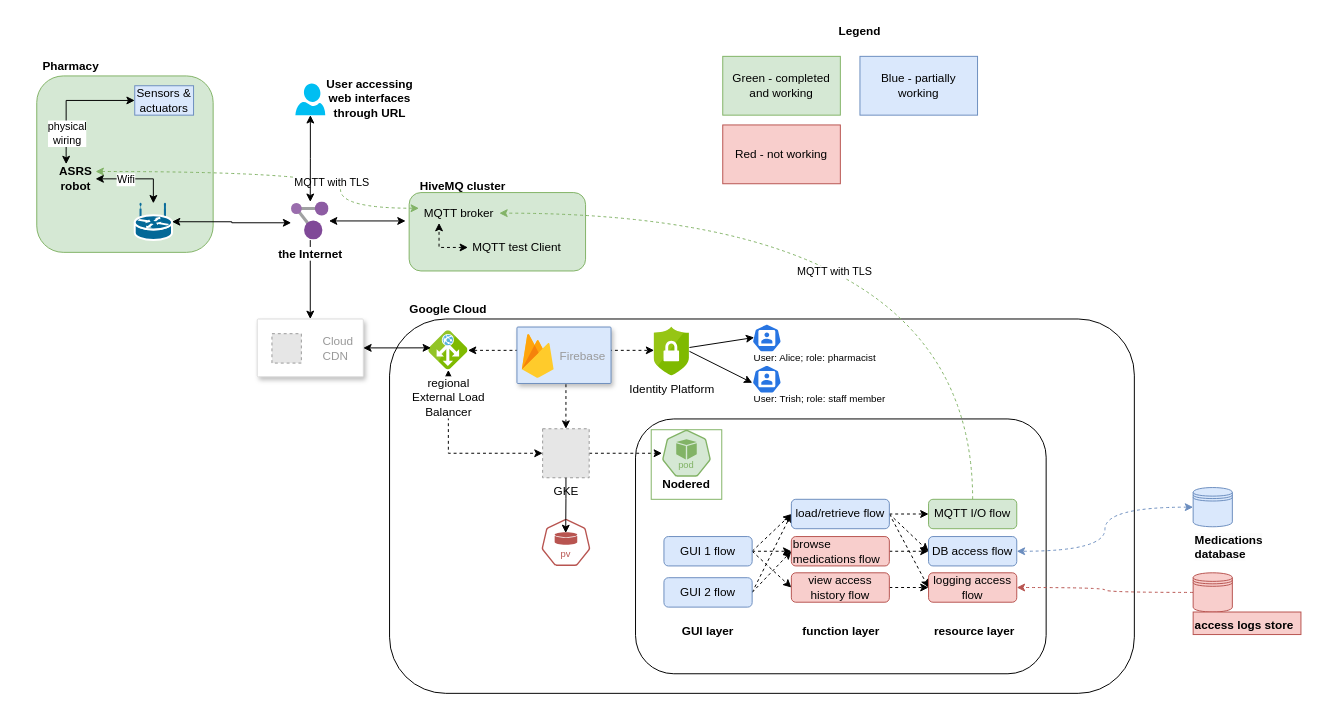
Above: planning/CC-ASRS-architecture.drawio in Artyom-kurguzkin/CC-ASRS (draw.io), before the change. Source tidied: cells renumbered, new cells numbered last; positions are measured from the earlier drawing's top-left corner, leaving out a move shared by most shapes. Both pictures are drawn from the tidied source at 98%, with x=0, y=0 at pixel (17, 17). Pictures stored in the file or linked from it are replaced by grey dashed boxes.
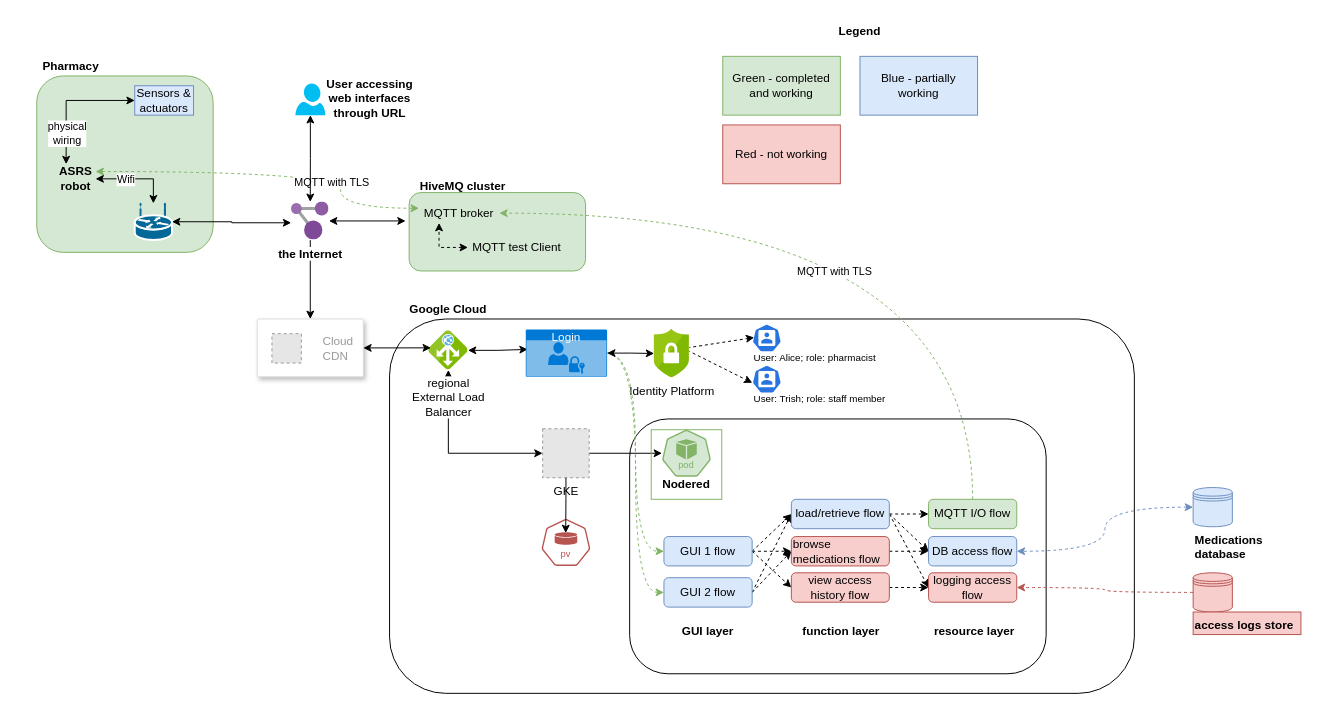
After the change.

Unchanged cells that the change refers to:
```xml
<mxCell id="26" value="regional &lt;br&gt;External Load &lt;br&gt;Balancer" style="image;sketch=0;html=1;points=[];align=center;fontSize=12;image=img/lib/mscae/Application_Gateway.svg;imageBackground=default;" parent="1" vertex="1">
  <mxGeometry x="420" y="320" width="40" height="40" as="geometry" />
</mxCell>
<mxCell id="33" value="GKE" style="fillColor=#E6E6E6;strokeColor=#999999;dashed=1;html=1;verticalLabelPosition=bottom;labelBackgroundColor=#ffffff;verticalAlign=top;" parent="1" vertex="1">
  <mxGeometry x="536.2" y="420" width="47.5" height="50" as="geometry" />
</mxCell>
<mxCell id="36" style="sketch=0;html=1;dashed=0;whitespace=wrap;fillColor=#d5e8d4;strokeColor=#82b366;points=[[0.005,0.63,0],[0.1,0.2,0],[0.9,0.2,0],[0.5,0,0],[0.995,0.63,0],[0.72,0.99,0],[0.5,1,0],[0.28,0.99,0]];shape=mxgraph.kubernetes.icon2;kubernetesLabel=1;prIcon=pod;" parent="35" vertex="1">
  <mxGeometry x="11" width="50" height="48" as="geometry" />
</mxCell>
<mxCell id="44" value="GUI 1 flow" style="rounded=1;whiteSpace=wrap;html=1;fillColor=#dae8fc;strokeColor=#6c8ebf;" parent="1" vertex="1">
  <mxGeometry x="660" y="530" width="90" height="30" as="geometry" />
</mxCell>
<mxCell id="47" value="GUI 2 flow" style="rounded=1;whiteSpace=wrap;html=1;fillColor=#dae8fc;strokeColor=#6c8ebf;" parent="1" vertex="1">
  <mxGeometry x="660" y="572" width="90" height="30" as="geometry" />
</mxCell>
<mxCell id="68" style="sketch=0;html=1;dashed=0;whitespace=wrap;fillColor=#2875E2;strokeColor=#ffffff;points=[[0.005,0.63,0],[0.1,0.2,0],[0.9,0.2,0],[0.5,0,0],[0.995,0.63,0],[0.72,0.99,0],[0.5,1,0],[0.28,0.99,0]];shape=mxgraph.kubernetes.icon2;prIcon=user;" parent="1" vertex="1">
  <mxGeometry x="750" y="313" width="30" height="28.8" as="geometry" />
</mxCell>
<mxCell id="70" style="sketch=0;html=1;dashed=0;whitespace=wrap;fillColor=#2875E2;strokeColor=#ffffff;points=[[0.005,0.63,0],[0.1,0.2,0],[0.9,0.2,0],[0.5,0,0],[0.995,0.63,0],[0.72,0.99,0],[0.5,1,0],[0.28,0.99,0]];shape=mxgraph.kubernetes.icon2;prIcon=user;" parent="1" vertex="1">
  <mxGeometry x="750" y="355" width="30" height="28.8" as="geometry" />
</mxCell>
```

What changed in the source:
```diff
@@
     <mxCell id="4" style="rounded=1;whiteSpace=wrap;html=1;" parent="1" vertex="1">
-      <mxGeometry x="631" y="410" width="419" height="260" as="geometry" />
+      <mxGeometry x="625" y="410" width="425" height="260" as="geometry" />
     </mxCell>
@@
-    <mxCell id="24" style="edgeStyle=orthogonalEdgeStyle;rounded=0;jettySize=auto;html=1;startArrow=classic;startFill=1;dashed=1;" parent="1" edge="1" source="26">
+    <mxCell id="24" style="edgeStyle=orthogonalEdgeStyle;rounded=0;jettySize=auto;html=1;startArrow=classic;startFill=1;" parent="1" edge="1" source="26">
       <mxGeometry relative="1" as="geometry">
-        <mxPoint x="540" y="340" as="targetPoint" />
+        <mxPoint x="521" y="339" as="targetPoint" />
       </mxGeometry>
     </mxCell>
-    <mxCell id="25" style="edgeStyle=orthogonalEdgeStyle;rounded=0;jettySize=auto;html=1;entryX=0;entryY=0.5;entryDx=0;entryDy=0;startArrow=classic;startFill=1;dashed=1;" parent="1" edge="1" source="26" target="33">
+    <mxCell id="25" style="edgeStyle=orthogonalEdgeStyle;rounded=0;jettySize=auto;html=1;entryX=0;entryY=0.5;entryDx=0;entryDy=0;startArrow=classic;startFill=1;" parent="1" edge="1" source="26" target="33">
       <mxGeometry relative="1" as="geometry">
         <Array as="points">
           <mxPoint x="440" y="445" />
         </Array>
       </mxGeometry>
     </mxCell>
@@
-    <mxCell id="30" style="edgeStyle=orthogonalEdgeStyle;rounded=0;orthogonalLoop=1;jettySize=auto;html=1;exitX=1;exitY=0.5;exitDx=0;exitDy=0;exitPerimeter=0;entryX=0;entryY=0.5;entryDx=0;entryDy=0;dashed=1;" parent="1" edge="1">
-      <mxGeometry relative="1" as="geometry">
-        <mxPoint x="580" y="340" as="sourcePoint" />
-        <mxPoint x="650" y="340" as="targetPoint" />
-      </mxGeometry>
-    </mxCell>
@@
-    <mxCell id="32" style="edgeStyle=orthogonalEdgeStyle;rounded=0;jettySize=auto;html=1;exitX=1;exitY=0.5;exitDx=0;exitDy=0;dashed=1;" parent="1" edge="1" source="33" target="36">
+    <mxCell id="32" style="edgeStyle=orthogonalEdgeStyle;rounded=0;jettySize=auto;html=1;exitX=1;exitY=0.5;exitDx=0;exitDy=0;" parent="1" edge="1" source="33" target="36">
       <mxGeometry relative="1" as="geometry" />
     </mxCell>
@@
-    <mxCell id="34" style="edgeStyle=orthogonalEdgeStyle;rounded=0;jettySize=auto;html=1;exitX=0.5;exitY=0;exitDx=0;exitDy=0;entryX=0.5;entryY=1;entryDx=0;entryDy=0;entryPerimeter=0;startArrow=classic;startFill=1;dashed=1;" parent="1" edge="1" source="33">
-      <mxGeometry relative="1" as="geometry">
-        <mxPoint x="560" y="360" as="targetPoint" />
-      </mxGeometry>
-    </mxCell>
@@
-    <mxCell id="72" style="rounded=0;jettySize=auto;html=1;entryX=0.07;entryY=0.482;entryDx=0;entryDy=0;entryPerimeter=0;" parent="1" edge="1" target="68">
+    <mxCell id="72" style="rounded=0;jettySize=auto;html=1;entryX=0.07;entryY=0.482;entryDx=0;entryDy=0;entryPerimeter=0;dashed=1;" parent="1" edge="1" target="68">
       <mxGeometry relative="1" as="geometry">
         <mxPoint x="684" y="337.4" as="sourcePoint" />
       </mxGeometry>
     </mxCell>
-    <mxCell id="73" style="rounded=0;jettySize=auto;html=1;exitX=1;exitY=0.5;exitDx=0;exitDy=0;entryX=0.005;entryY=0.63;entryDx=0;entryDy=0;entryPerimeter=0;" parent="1" edge="1" target="70">
+    <mxCell id="73" style="rounded=0;jettySize=auto;html=1;exitX=1;exitY=0.5;exitDx=0;exitDy=0;entryX=0.005;entryY=0.63;entryDx=0;entryDy=0;entryPerimeter=0;dashed=1;" parent="1" edge="1" target="70">
       <mxGeometry relative="1" as="geometry">
         <mxPoint x="684" y="340" as="sourcePoint" />
       </mxGeometry>
     </mxCell>
@@
-    <mxCell id="83" style="strokeColor=#6c8ebf;shadow=1;strokeWidth=1;rounded=1;absoluteArcSize=1;arcSize=2;fillColor=#dae8fc;" parent="1" vertex="1">
-      <mxGeometry x="510" y="316.2" width="96" height="57.6" as="geometry" />
-    </mxCell>
-    <mxCell id="84" value="Firebase" style="sketch=0;dashed=0;html=1;fillColor=#5184F3;strokeColor=none;shape=mxgraph.gcp2.firebase;labelPosition=right;verticalLabelPosition=middle;align=left;verticalAlign=middle;spacingLeft=5;fontColor=#999999;fontSize=12;" parent="83" vertex="1">
-      <mxGeometry width="32.4" height="45" relative="1" as="geometry">
-        <mxPoint x="5" y="7" as="offset" />
-      </mxGeometry>
-    </mxCell>
     <mxCell id="85" value="Identity Platform" style="image;sketch=0;html=1;points=[];align=center;fontSize=12;image=img/lib/mscae/Security_Center.svg;imageBackground=default;" parent="1" vertex="1">
-      <mxGeometry x="650" y="316.2" width="36" height="50" as="geometry" />
+      <mxGeometry x="650" y="318.2" width="36" height="50" as="geometry" />
     </mxCell>
+    <mxCell id="86" style="edgeStyle=orthogonalEdgeStyle;rounded=0;jettySize=auto;html=1;entryX=0;entryY=0.5;entryDx=0;entryDy=0;curved=1;fillColor=#d5e8d4;strokeColor=#82b366;dashed=1;" parent="1" edge="1" source="89" target="44">
+      <mxGeometry relative="1" as="geometry" />
+    </mxCell>
+    <mxCell id="87" style="edgeStyle=orthogonalEdgeStyle;rounded=0;jettySize=auto;html=1;entryX=0;entryY=0.5;entryDx=0;entryDy=0;curved=1;fillColor=#d5e8d4;strokeColor=#82b366;dashed=1;" parent="1" edge="1" source="89" target="47">
+      <mxGeometry relative="1" as="geometry" />
+    </mxCell>
+    <mxCell id="88" style="edgeStyle=orthogonalEdgeStyle;rounded=0;jettySize=auto;html=1;startArrow=classic;startFill=1;" parent="1" edge="1" source="89" target="85">
+      <mxGeometry relative="1" as="geometry" />
+    </mxCell>
+    <mxCell id="89" value="Login" style="html=1;whiteSpace=wrap;strokeColor=none;fillColor=#0079D6;labelPosition=center;verticalLabelPosition=middle;verticalAlign=top;align=center;fontSize=12;outlineConnect=0;spacingTop=-6;fontColor=#FFFFFF;sketch=0;shape=mxgraph.sitemap.login;" parent="1" vertex="1">
+      <mxGeometry x="519" y="318.6" width="83" height="48.4" as="geometry" />
+    </mxCell>
```
